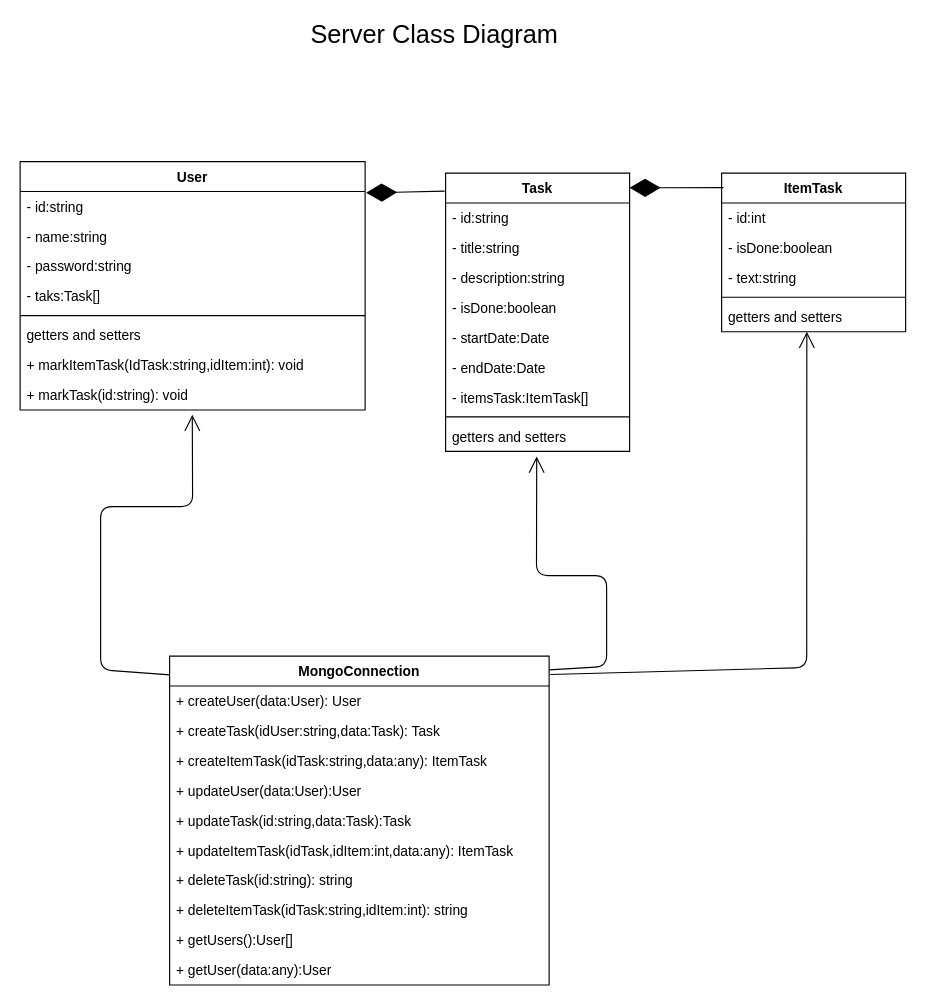
The draw.io diagram docs/model-server.drawio in spaezsuarez/ToDo_graphql_server, before the edit. Source tidied: cells renumbered, new cells numbered last; positions are measured from the earlier drawing's top-left corner, leaving out a move shared by most shapes. Both pictures are drawn from the tidied source at 115%, with x=0, y=0 at pixel (20, 23).
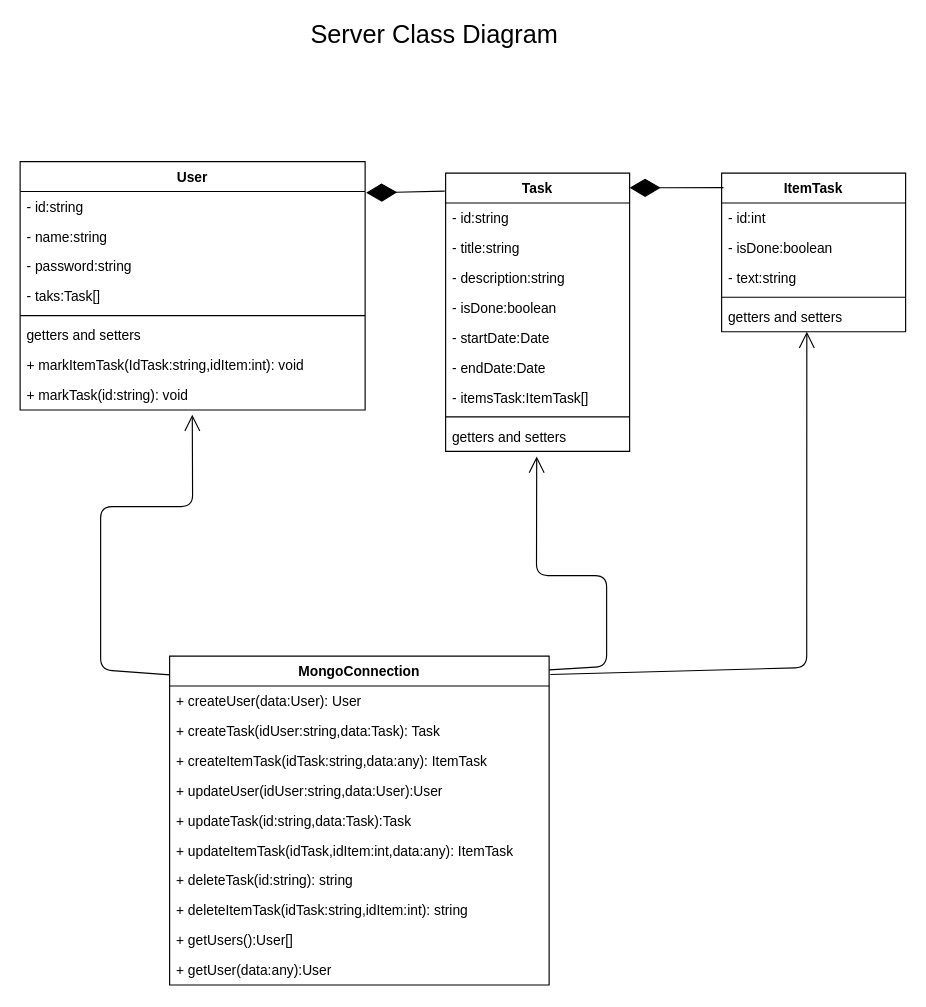
The same diagram, later.

Commit message:
refactor metodos de la clase MongoConnection v0.3

Unchanged cells that the change refers to:
```xml
<mxCell id="30" value="MongoConnection" style="swimlane;fontStyle=1;align=center;verticalAlign=top;horizontal=1;startSize=26;" parent="1" vertex="1">
  <mxGeometry x="130" y="550" width="330" height="286" as="geometry" />
</mxCell>
```

Change to the diagram source:
```diff
@@
-    <mxCell id="34" value="+ updateUser(data:User):User" style="text;strokeColor=none;fillColor=none;align=left;verticalAlign=top;spacingLeft=4;spacingRight=4;overflow=hidden;" parent="30" vertex="1">
+    <mxCell id="34" value="+ updateUser(idUser:string,data:User):User" style="text;strokeColor=none;fillColor=none;align=left;verticalAlign=top;spacingLeft=4;spacingRight=4;overflow=hidden;" parent="30" vertex="1">
       <mxGeometry y="104" width="330" height="26" as="geometry" />
     </mxCell>
```
